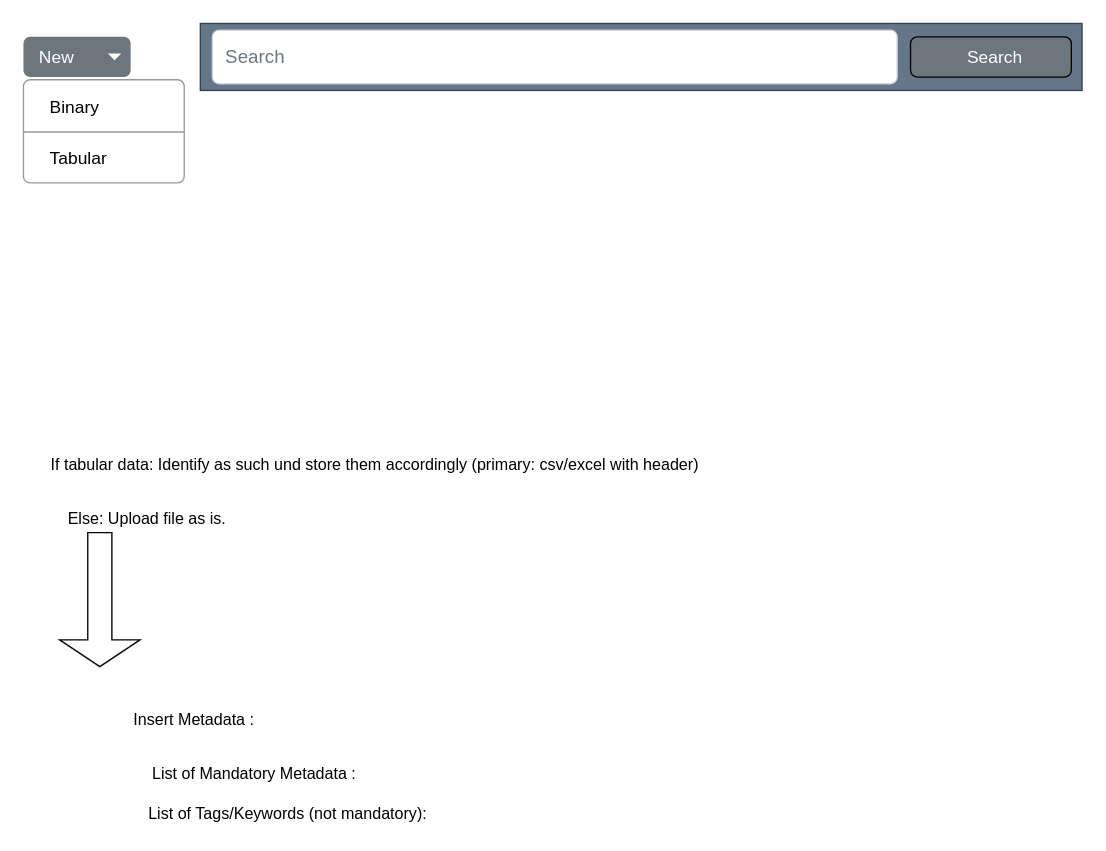
elghazi/drawings keeps this draw.io diagram as EsyDB/EsyDB_sw_p03.drawio. Above is the earlier version. Source tidied: cells renumbered, new cells numbered last; positions are measured from the earlier drawing's top-left corner, leaving out a move shared by most shapes. Both pictures are drawn from the tidied source at 134%, with x=0, y=0 at pixel (23, 23).
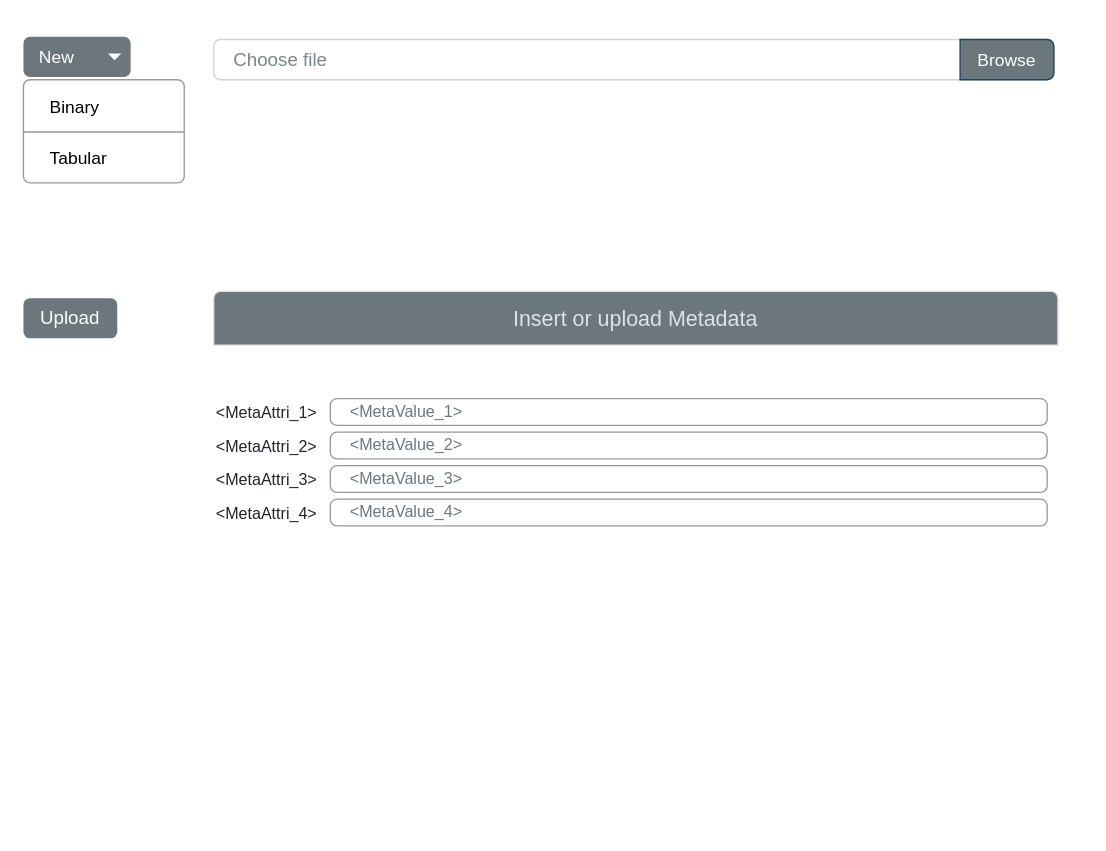
Above is the later version.

Diff of the diagram source:
```diff
@@
-    <mxCell id="2" value="If tabular data: Identify as such und store them accordingly (primary: csv/excel with header)" style="text;html=1;align=center;verticalAlign=middle;strokeColor=none;" parent="1" vertex="1">
-      <mxGeometry x="12" y="320" width="500" height="20" as="geometry" />
-    </mxCell>
-    <mxCell id="3" value="Else: Upload file as is." style="text;html=1;align=center;verticalAlign=middle;strokeColor=none;" parent="1" vertex="1">
-      <mxGeometry x="27" y="360" width="130" height="20" as="geometry" />
-    </mxCell>
-    <mxCell id="4" style="shape=singleArrow;direction=south;whiteSpace=wrap;html=1;" parent="1" vertex="1">
-      <mxGeometry x="27" y="380" width="60" height="100" as="geometry" />
-    </mxCell>
-    <mxCell id="5" value="Insert Metadata :" style="text;html=1;align=center;verticalAlign=middle;strokeColor=none;" parent="1" vertex="1">
-      <mxGeometry x="72" y="510" width="110" height="20" as="geometry" />
-    </mxCell>
-    <mxCell id="6" value="List of Mandatory Metadata :" style="text;html=1;align=center;verticalAlign=middle;strokeColor=none;" parent="1" vertex="1">
-      <mxGeometry x="87" y="550" width="170" height="20" as="geometry" />
-    </mxCell>
-    <mxCell id="7" value="List of Tags/Keywords (not mandatory):" style="text;html=1;align=center;verticalAlign=middle;strokeColor=none;" parent="1" vertex="1">
-      <mxGeometry x="87" y="580" width="220" height="20" as="geometry" />
-    </mxCell>
@@
-    <mxCell id="14" style="html=1;shadow=0;dashed=0;fillColor=#647687;strokeColor=#314354;fontSize=16;fontColor=#ffffff;align=left;spacing=15;" parent="1" vertex="1">
-      <mxGeometry x="132" width="658" height="50" as="geometry" />
-    </mxCell>
-    <mxCell id="15" value="Search" style="html=1;shadow=0;dashed=0;shape=mxgraph.bootstrap.rrect;rSize=5;fontSize=14;fontColor=#6C767D;strokeColor=#CED4DA;fillColor=#ffffff;align=left;spacing=10;" parent="14" vertex="1">
-      <mxGeometry x="1" width="511" height="40" relative="1" as="geometry">
-        <mxPoint x="-649" y="5" as="offset" />
-      </mxGeometry>
-    </mxCell>
-    <mxCell id="16" value="&lt;font style=&quot;font-size: 13px&quot;&gt;Search&amp;nbsp;&lt;/font&gt;" style="html=1;shadow=0;dashed=0;shape=mxgraph.bootstrap.rrect;rSize=5;strokeColor=default;strokeWidth=1;fillColor=#6C767D;fontColor=#ffffff;whiteSpace=wrap;align=center;verticalAlign=middle;fontStyle=0;fontSize=14;spacingLeft=10;gradientColor=none;" parent="14" vertex="1">
-      <mxGeometry x="530" y="10" width="120" height="30" as="geometry" />
-    </mxCell>
+    <mxCell id="17" value="Choose file" style="html=1;shadow=0;dashed=0;shape=mxgraph.bootstrap.rrect;rSize=5;strokeColor=#CED4DA;html=1;whiteSpace=wrap;fillColor=#FFFFFF;fontColor=#7D868C;align=left;spacingLeft=0;spacing=15;fontSize=14;" parent="1" vertex="1">
+      <mxGeometry x="142" y="12" width="627" height="30" as="geometry" />
+    </mxCell>
+    <mxCell id="18" value="&lt;font style=&quot;font-size: 13px&quot; color=&quot;#ffffff&quot;&gt;Browse&lt;/font&gt;" style="html=1;shadow=0;dashed=0;shape=mxgraph.bootstrap.rightButton;strokeColor=#23445d;fillColor=#6C767D;rSize=5;perimeter=none;whiteSpace=wrap;fontSize=14;" parent="17" vertex="1">
+      <mxGeometry x="1" width="70" height="30" relative="1" as="geometry">
+        <mxPoint x="-70" as="offset" />
+      </mxGeometry>
+    </mxCell>
+    <mxCell id="19" value="&lt;MetaAttri_1&gt;" style="fillColor=none;strokeColor=none;align=left;fontSize=12;fontColor=#212529;" parent="1" vertex="1">
+      <mxGeometry x="142" y="280" width="82" height="20" as="geometry" />
+    </mxCell>
+    <mxCell id="20" value="&amp;lt;MetaValue_1&amp;gt;" style="html=1;shadow=0;dashed=0;shape=mxgraph.bootstrap.rrect;rSize=5;fillColor=none;strokeColor=#999999;align=left;spacing=15;fontSize=12;fontColor=#6C767D;" parent="1" vertex="1">
+      <mxGeometry x="229" y="280" width="535" height="20" as="geometry" />
+    </mxCell>
+    <mxCell id="21" value="Upload" style="html=1;shadow=0;dashed=0;shape=mxgraph.bootstrap.rrect;rSize=5;strokeColor=none;strokeWidth=1;fillColor=#6C767D;fontColor=#FFFFFF;whiteSpace=wrap;align=center;verticalAlign=middle;spacingLeft=0;fontStyle=0;fontSize=14;spacing=5;fontFamily=Helvetica;" parent="1" vertex="1">
+      <mxGeometry y="205" width="70" height="30" as="geometry" />
+    </mxCell>
+    <mxCell id="22" value="&lt;MetaAttri_2&gt;" style="fillColor=none;strokeColor=none;align=left;fontSize=12;fontColor=#212529;" parent="1" vertex="1">
+      <mxGeometry x="142" y="305" width="82" height="20" as="geometry" />
+    </mxCell>
+    <mxCell id="23" value="&amp;lt;MetaValue_2&amp;gt;" style="html=1;shadow=0;dashed=0;shape=mxgraph.bootstrap.rrect;rSize=5;fillColor=none;strokeColor=#999999;align=left;spacing=15;fontSize=12;fontColor=#6C767D;" parent="1" vertex="1">
+      <mxGeometry x="229" y="305" width="535" height="20" as="geometry" />
+    </mxCell>
+    <mxCell id="24" value="&lt;MetaAttri_3&gt;" style="fillColor=none;strokeColor=none;align=left;fontSize=12;fontColor=#212529;" parent="1" vertex="1">
+      <mxGeometry x="142" y="330" width="82" height="20" as="geometry" />
+    </mxCell>
+    <mxCell id="25" value="&amp;lt;MetaValue_3&amp;gt;" style="html=1;shadow=0;dashed=0;shape=mxgraph.bootstrap.rrect;rSize=5;fillColor=none;strokeColor=#999999;align=left;spacing=15;fontSize=12;fontColor=#6C767D;" parent="1" vertex="1">
+      <mxGeometry x="229" y="330" width="535" height="20" as="geometry" />
+    </mxCell>
+    <mxCell id="26" value="&lt;MetaAttri_4&gt;" style="fillColor=none;strokeColor=none;align=left;fontSize=12;fontColor=#212529;" parent="1" vertex="1">
+      <mxGeometry x="142" y="355" width="82" height="20" as="geometry" />
+    </mxCell>
+    <mxCell id="27" value="&amp;lt;MetaValue_4&amp;gt;" style="html=1;shadow=0;dashed=0;shape=mxgraph.bootstrap.rrect;rSize=5;fillColor=none;strokeColor=#999999;align=left;spacing=15;fontSize=12;fontColor=#6C767D;" parent="1" vertex="1">
+      <mxGeometry x="229" y="355" width="535" height="20" as="geometry" />
+    </mxCell>
+    <mxCell id="28" value="&lt;font style=&quot;font-size: 16px&quot;&gt;Insert or upload Metadata&lt;/font&gt;" style="html=1;shadow=0;dashed=0;shape=mxgraph.bootstrap.topButton;rSize=5;perimeter=none;whiteSpace=wrap;fillColor=#6C767D;strokeColor=#DFDFDF;fontColor=#DEE2E6;fontSize=18;" parent="1" vertex="1">
+      <mxGeometry x="142" y="200" width="630" height="40" as="geometry" />
+    </mxCell>
```
